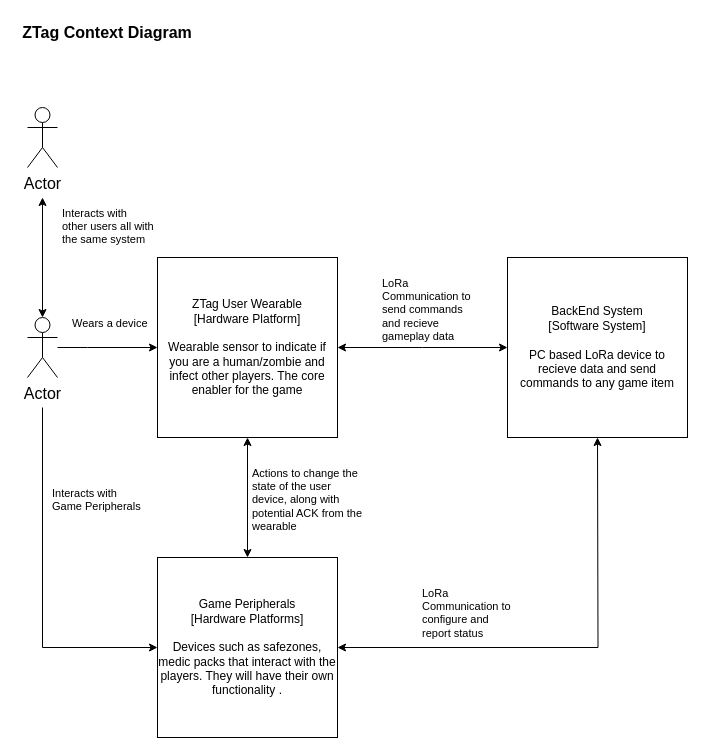
Before: Documents/Design/ZTag Context Diagram.drawio in gppk/ZombieTag, a draw.io diagram. Source tidied: cells renumbered, new cells numbered last; positions are measured from the earlier drawing's top-left corner, leaving out a move shared by most shapes. Both pictures are drawn from the tidied source at 100%, with x=0, y=0 at pixel (17, 17).
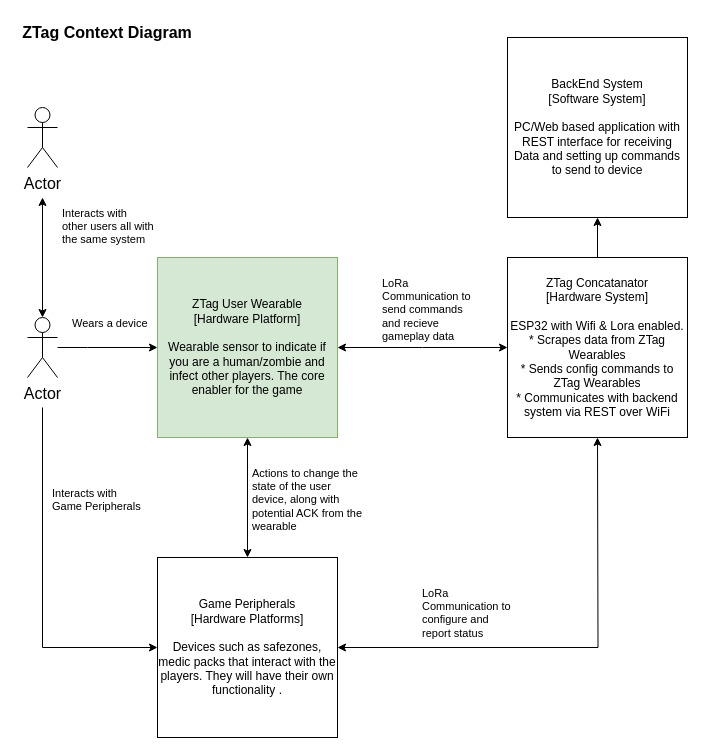
Above is the later version.

What changed in the source:
```diff
@@
-    <mxCell id="4" value="&lt;div&gt;ZTag User Wearable&lt;/div&gt;&lt;div&gt;[Hardware Platform]&lt;/div&gt;&lt;div&gt;&lt;br&gt;&lt;/div&gt;&lt;div&gt;Wearable sensor to indicate if you are a human/zombie and infect other players. The core enabler for the game&lt;br&gt;&lt;/div&gt;" style="whiteSpace=wrap;html=1;" parent="1" vertex="1">
+    <mxCell id="4" value="&lt;div&gt;ZTag User Wearable&lt;/div&gt;&lt;div&gt;[Hardware Platform]&lt;/div&gt;&lt;div&gt;&lt;br&gt;&lt;/div&gt;&lt;div&gt;Wearable sensor to indicate if you are a human/zombie and infect other players. The core enabler for the game&lt;br&gt;&lt;/div&gt;" style="whiteSpace=wrap;html=1;fillColor=#d5e8d4;strokeColor=#82b366;" parent="1" vertex="1">
       <mxGeometry x="140" y="240" width="180" height="180" as="geometry" />
     </mxCell>
+    <mxCell id="20" style="edgeStyle=orthogonalEdgeStyle;rounded=0;jettySize=auto;html=1;" parent="1" edge="1" source="5" target="21">
+      <mxGeometry relative="1" as="geometry" />
+    </mxCell>
-    <mxCell id="5" value="&lt;div&gt;BackEnd System&lt;/div&gt;&lt;div&gt;[Software System]&lt;/div&gt;&lt;div&gt;&lt;br&gt;&lt;/div&gt;&lt;div&gt;PC based LoRa device to recieve data and send commands to any game item&lt;br&gt;&lt;/div&gt;" style="whiteSpace=wrap;html=1;" parent="1" vertex="1">
+    <mxCell id="5" value="&lt;div&gt;ZTag Concatanator&lt;br&gt;&lt;/div&gt;&lt;div&gt;[Hardware System]&lt;/div&gt;&lt;div&gt;&lt;br&gt;&lt;/div&gt;&lt;div&gt;ESP32 with Wifi &amp;amp; Lora enabled. * Scrapes data from ZTag Wearables &lt;br&gt;&lt;/div&gt;&lt;div&gt;* Sends config commands to ZTag Wearables&lt;/div&gt;&lt;div&gt;* Communicates with backend system via REST over WiFi&lt;br&gt;&lt;/div&gt;" style="whiteSpace=wrap;html=1;" parent="1" vertex="1">
       <mxGeometry x="490" y="240" width="180" height="180" as="geometry" />
     </mxCell>
@@
+    <mxCell id="21" value="&lt;div&gt;BackEnd System&lt;/div&gt;&lt;div&gt;[Software System]&lt;/div&gt;&lt;div&gt;&lt;br&gt;&lt;/div&gt;&lt;div&gt;PC/Web based application with REST interface for receiving Data and setting up commands to send to device&lt;br&gt;&lt;/div&gt;" style="whiteSpace=wrap;html=1;" parent="1" vertex="1">
+      <mxGeometry x="490" y="20" width="180" height="180" as="geometry" />
+    </mxCell>
```
